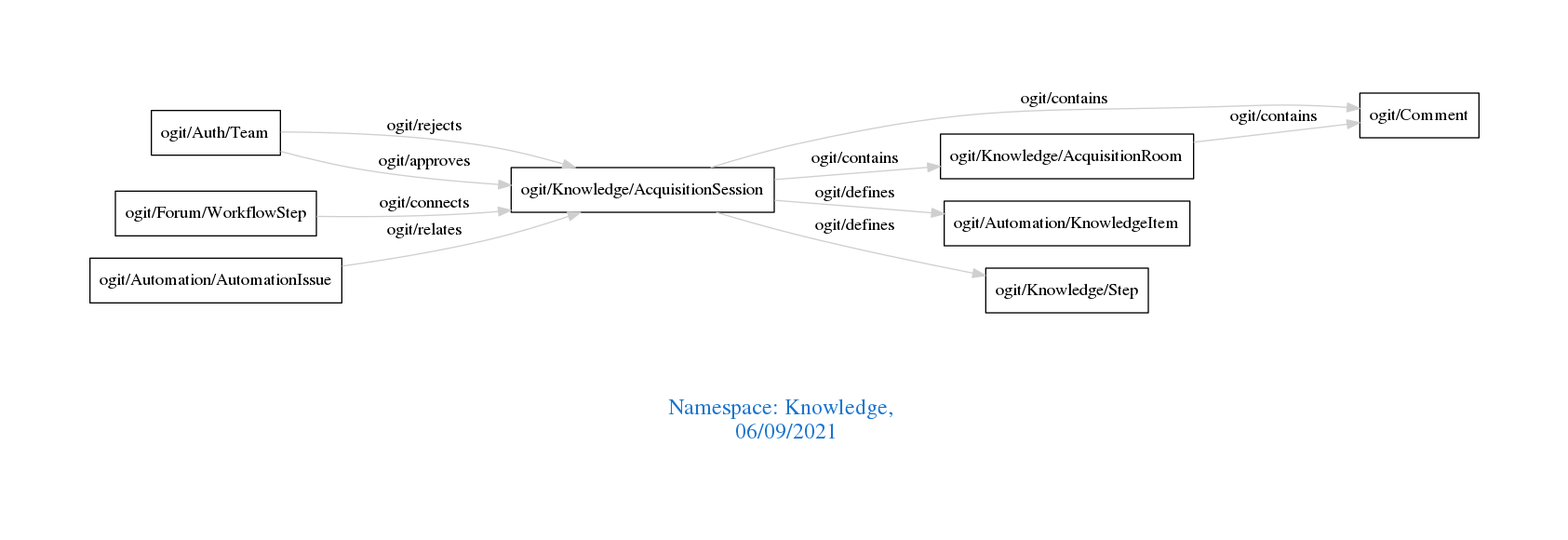
The Graphviz diagram downloads/Knowledge.png in arago/OGIT, before a commit. Its source is kept beside it as downloads/Knowledge.dot.
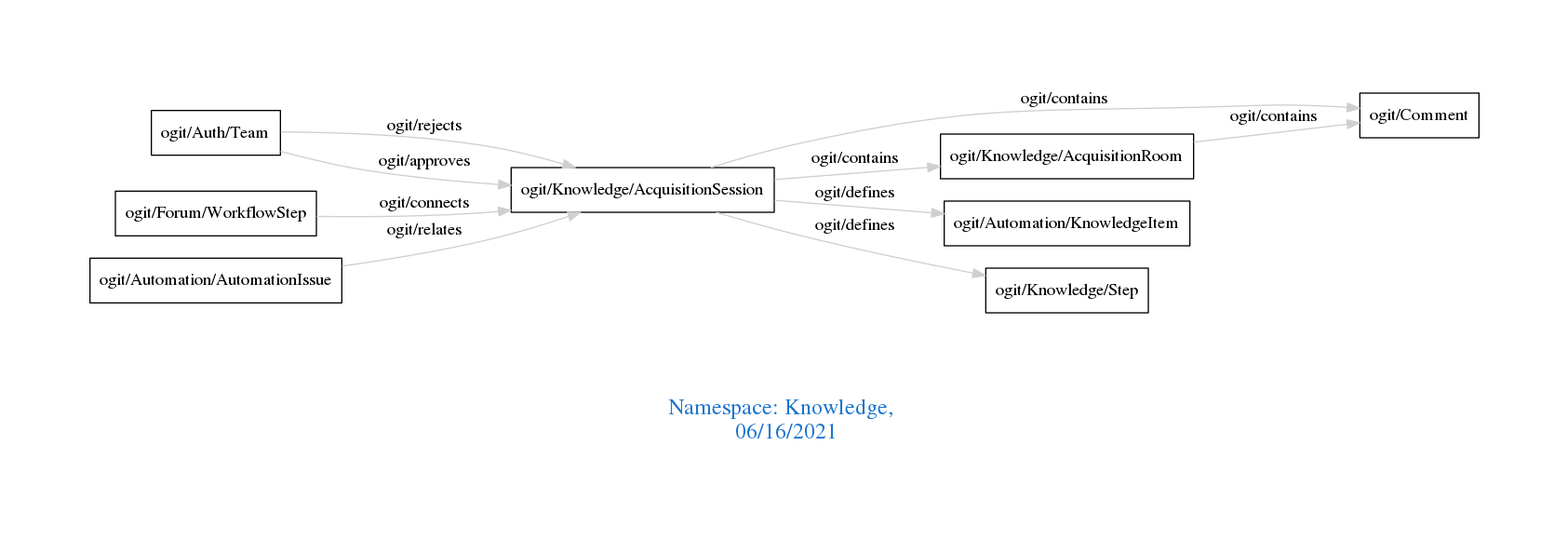
The same diagram one commit later.

Change to the diagram source:
```diff
@@ -1,7 +1,7 @@
 digraph OGIT_ontology {
  graph [ rankdir= LR,pad=1
 fontsize = 18,
-fontcolor= dodgerblue3,label = "\n\n\nNamespace: Knowledge, \n 06/09/2021"];
+fontcolor= dodgerblue3,label = "\n\n\nNamespace: Knowledge, \n 06/16/2021"];
 node[shape=polygon];
 edge [  color="gray81"];
 
```
